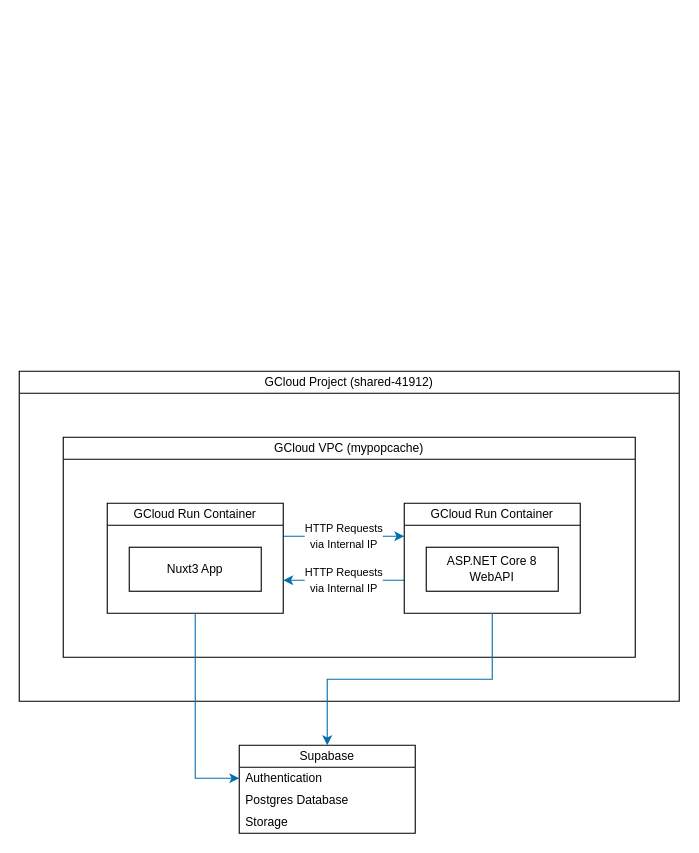
Earlier version of the draw.io diagram Infrastructure.drawio (hs-wolf/mypopcache). Source tidied: cells renumbered, new cells numbered last; positions are measured from the earlier drawing's top-left corner, leaving out a move shared by most shapes. Both pictures are drawn from the tidied source at 110%, with x=0, y=0 at pixel (19, 371).
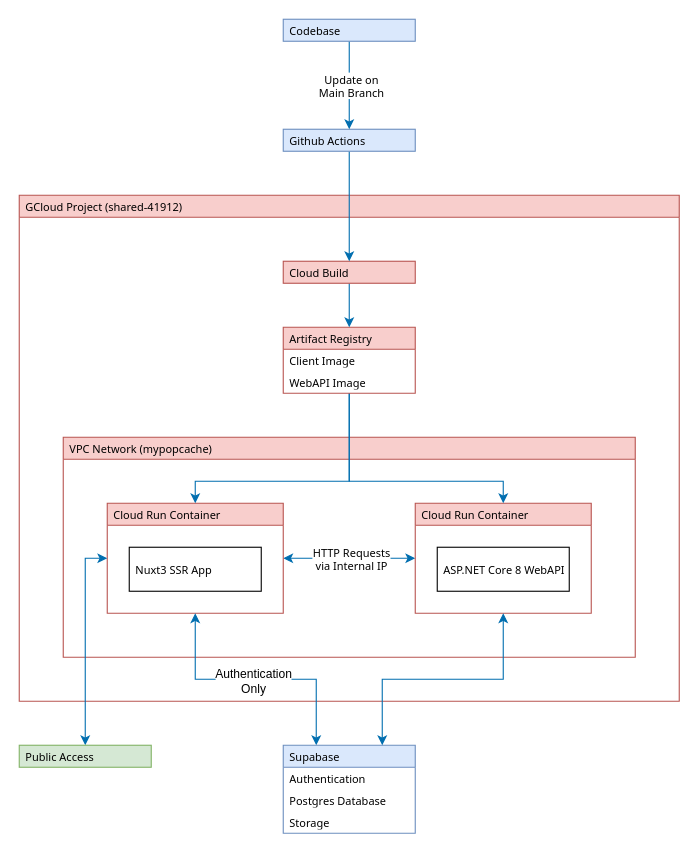
The same page after the edit.

What changed in the source:
```diff
@@
-    <mxCell id="2" value="GCloud Project (&lt;span class=&quot;cfc-purview-picker-list-id cfc-color-secondary ng-star-inserted&quot;&gt;shared-41912) &lt;/span&gt;" style="swimlane;whiteSpace=wrap;html=1;startSize=20;swimlaneLine=1;fontSize=11;fontStyle=0;" parent="1" vertex="1">
-      <mxGeometry width="600" height="300" as="geometry" />
+    <mxCell id="2" value="GCloud Project (&lt;span style=&quot;font-size: 10px;&quot; class=&quot;cfc-purview-picker-list-id cfc-color-secondary ng-star-inserted&quot;&gt;shared-41912) &lt;/span&gt;" style="swimlane;whiteSpace=wrap;html=1;startSize=20;swimlaneLine=1;fontSize=10;fontStyle=0;fillColor=#f8cecc;strokeColor=#b85450;fontFamily=Tahoma;align=left;spacingLeft=4;" parent="1" vertex="1">
+      <mxGeometry y="-160" width="600" height="460" as="geometry" />
     </mxCell>
-    <mxCell id="3" value="GCloud VPC (mypopcache)" style="swimlane;whiteSpace=wrap;html=1;startSize=20;fontSize=11;fontStyle=0;" parent="2" vertex="1">
-      <mxGeometry x="40" y="60" width="520" height="200" as="geometry" />
+    <mxCell id="3" value="&lt;font style=&quot;font-size: 10px;&quot;&gt;VPC Network (mypopcache)&lt;/font&gt;" style="swimlane;whiteSpace=wrap;html=1;startSize=20;fontSize=10;fontStyle=0;fillColor=#f8cecc;strokeColor=#b85450;fontFamily=Tahoma;align=left;spacingLeft=4;" parent="2" vertex="1">
+      <mxGeometry x="40" y="220" width="520" height="200" as="geometry" />
     </mxCell>
-    <mxCell id="4" value="&lt;font size=&quot;1&quot;&gt;HTTP Requests&lt;br&gt;via Internal IP&lt;/font&gt;" style="edgeStyle=orthogonalEdgeStyle;rounded=0;orthogonalLoop=1;jettySize=auto;html=1;fillColor=#1ba1e2;strokeColor=#006EAF;" parent="3" edge="1">
-      <mxGeometry relative="1" as="geometry">
-        <mxPoint x="200" y="90" as="sourcePoint" />
-        <mxPoint x="310" y="90" as="targetPoint" />
-      </mxGeometry>
+    <mxCell id="4" value="&lt;font style=&quot;font-size: 10px;&quot;&gt;HTTP Requests&lt;br style=&quot;font-size: 10px;&quot;&gt;via Internal IP&lt;/font&gt;" style="edgeStyle=orthogonalEdgeStyle;rounded=0;jettySize=auto;html=1;fillColor=#1ba1e2;strokeColor=#006EAF;fontFamily=Tahoma;fontSize=10;startArrow=classic;startFill=1;entryX=0;entryY=0.5;entryDx=0;entryDy=0;exitX=1;exitY=0.5;exitDx=0;exitDy=0;align=center;spacingLeft=4;" parent="3" edge="1" source="5" target="8">
+      <mxGeometry relative="1" as="geometry" />
     </mxCell>
-    <mxCell id="5" value="GCloud Run Container" style="swimlane;whiteSpace=wrap;html=1;startSize=20;fontSize=11;fontStyle=0;" parent="3" vertex="1">
+    <mxCell id="5" value="Cloud Run Container" style="swimlane;whiteSpace=wrap;html=1;startSize=20;fontSize=10;fontStyle=0;fillColor=#f8cecc;strokeColor=#b85450;fontFamily=Tahoma;align=left;spacingLeft=4;" parent="3" vertex="1">
       <mxGeometry x="40" y="60" width="160" height="100" as="geometry" />
     </mxCell>
-    <mxCell id="6" value="&lt;div style=&quot;font-size: 11px;&quot;&gt;Nuxt3 App&lt;/div&gt;" style="rounded=0;whiteSpace=wrap;html=1;fontSize=11;" parent="5" vertex="1">
+    <mxCell id="6" value="&lt;div style=&quot;font-size: 10px;&quot;&gt;Nuxt3 SSR App&lt;/div&gt;" style="rounded=0;whiteSpace=wrap;html=1;fontSize=10;fontFamily=Tahoma;align=left;spacingLeft=4;" parent="5" vertex="1">
       <mxGeometry x="20" y="40" width="120" height="40" as="geometry" />
     </mxCell>
-    <mxCell id="7" value="&lt;font size=&quot;1&quot;&gt;HTTP Requests&lt;br&gt;via Internal IP&lt;/font&gt;&lt;br&gt;" style="edgeStyle=orthogonalEdgeStyle;rounded=0;orthogonalLoop=1;jettySize=auto;html=1;fillColor=#1ba1e2;strokeColor=#006EAF;" parent="3" edge="1">
-      <mxGeometry relative="1" as="geometry">
-        <mxPoint x="310" y="130" as="sourcePoint" />
-        <mxPoint x="200" y="130" as="targetPoint" />
-      </mxGeometry>
-    </mxCell>
-    <mxCell id="8" value="GCloud Run Container" style="swimlane;whiteSpace=wrap;html=1;startSize=20;fontSize=11;fontStyle=0;" parent="3" vertex="1">
-      <mxGeometry x="310" y="60" width="160" height="100" as="geometry" />
+    <mxCell id="8" value="Cloud Run Container" style="swimlane;whiteSpace=wrap;html=1;startSize=20;fontSize=10;fontStyle=0;fillColor=#f8cecc;strokeColor=#b85450;fontFamily=Tahoma;align=left;spacingLeft=4;" parent="3" vertex="1">
+      <mxGeometry x="320" y="60" width="160" height="100" as="geometry" />
     </mxCell>
-    <mxCell id="9" value="ASP.NET Core 8 WebAPI" style="rounded=0;whiteSpace=wrap;html=1;fontSize=11;" parent="8" vertex="1">
+    <mxCell id="9" value="ASP.NET Core 8 WebAPI" style="rounded=0;whiteSpace=wrap;html=1;fontSize=10;fontFamily=Tahoma;align=left;spacingLeft=4;" parent="8" vertex="1">
       <mxGeometry x="20" y="40" width="120" height="40" as="geometry" />
     </mxCell>
+    <mxCell id="16" style="edgeStyle=orthogonalEdgeStyle;rounded=0;jettySize=auto;html=1;entryX=0.5;entryY=0;entryDx=0;entryDy=0;fillColor=#1ba1e2;strokeColor=#006EAF;fontFamily=Tahoma;fontSize=10;align=left;spacingLeft=4;" parent="2" edge="1" source="18" target="5">
+      <mxGeometry relative="1" as="geometry">
+        <Array as="points">
+          <mxPoint x="300" y="260" />
+          <mxPoint x="160" y="260" />
+        </Array>
+      </mxGeometry>
+    </mxCell>
+    <mxCell id="17" style="edgeStyle=orthogonalEdgeStyle;rounded=0;jettySize=auto;html=1;entryX=0.5;entryY=0;entryDx=0;entryDy=0;fillColor=#1ba1e2;strokeColor=#006EAF;fontFamily=Tahoma;fontSize=10;align=left;spacingLeft=4;" parent="2" edge="1" source="18" target="8">
+      <mxGeometry relative="1" as="geometry">
+        <Array as="points">
+          <mxPoint x="300" y="260" />
+          <mxPoint x="440" y="260" />
+        </Array>
+      </mxGeometry>
+    </mxCell>
+    <mxCell id="18" value="Artifact Registry" style="swimlane;fontStyle=0;horizontal=1;startSize=20;whiteSpace=wrap;html=1;fontSize=10;fillColor=#f8cecc;strokeColor=#b85450;fontFamily=Tahoma;align=left;spacingLeft=4;" parent="2" vertex="1">
+      <mxGeometry x="240" y="120" width="120" height="60" as="geometry" />
+    </mxCell>
+    <mxCell id="19" value="Client Image" style="text;strokeColor=none;fillColor=none;align=left;verticalAlign=middle;spacingLeft=4;spacingRight=4;overflow=hidden;whiteSpace=wrap;html=1;fontSize=10;fontFamily=Tahoma;" parent="18" vertex="1">
+      <mxGeometry y="20" width="120" height="20" as="geometry" />
+    </mxCell>
+    <mxCell id="20" value="WebAPI Image" style="text;strokeColor=none;fillColor=none;align=left;verticalAlign=middle;spacingLeft=4;spacingRight=4;overflow=hidden;whiteSpace=wrap;html=1;fontSize=10;fontFamily=Tahoma;" parent="18" vertex="1">
+      <mxGeometry y="40" width="120" height="20" as="geometry" />
+    </mxCell>
+    <mxCell id="21" style="edgeStyle=orthogonalEdgeStyle;rounded=0;jettySize=auto;html=1;fillColor=#1ba1e2;strokeColor=#006EAF;fontFamily=Tahoma;fontSize=10;entryX=0.5;entryY=0;entryDx=0;entryDy=0;align=left;spacingLeft=4;" parent="2" edge="1" source="22" target="18">
+      <mxGeometry relative="1" as="geometry" />
+    </mxCell>
+    <mxCell id="22" value="Cloud Build" style="rounded=0;whiteSpace=wrap;html=1;fontSize=10;fillColor=#f8cecc;strokeColor=#b85450;fontFamily=Tahoma;align=left;spacingLeft=4;" parent="2" vertex="1">
+      <mxGeometry x="240" y="60" width="120" height="20" as="geometry" />
+    </mxCell>
+    <mxCell id="23" style="edgeStyle=orthogonalEdgeStyle;rounded=0;orthogonalLoop=1;jettySize=auto;html=1;exitX=0.5;exitY=1;exitDx=0;exitDy=0;fontFamily=Tahoma;fontSize=10;align=left;spacingLeft=4;" parent="2" edge="1" source="22" target="22">
+      <mxGeometry relative="1" as="geometry" />
+    </mxCell>
+    <mxCell id="15" style="edgeStyle=orthogonalEdgeStyle;rounded=0;jettySize=auto;html=1;fillColor=#1ba1e2;strokeColor=#006EAF;fontFamily=Tahoma;fontSize=10;entryX=0.25;entryY=0;entryDx=0;entryDy=0;align=left;spacingLeft=4;startArrow=classic;startFill=1;" parent="2" edge="1" source="5" target="10">
+      <mxGeometry relative="1" as="geometry" />
+    </mxCell>
+    <mxCell id="24" value="Authentication&lt;br&gt;Only" style="edgeLabel;html=1;align=center;verticalAlign=middle;spacingLeft=4;" parent="15" vertex="1">
+      <mxGeometry x="-0.43" y="-1" relative="1" as="geometry">
+        <mxPoint x="44" as="offset" />
+      </mxGeometry>
+    </mxCell>
-    <mxCell id="10" value="Supabase" style="swimlane;fontStyle=0;horizontal=1;startSize=20;whiteSpace=wrap;html=1;fontSize=11;" parent="1" vertex="1">
-      <mxGeometry x="200" y="340" width="160" height="80" as="geometry" />
+    <mxCell id="10" value="Supabase" style="swimlane;fontStyle=0;horizontal=1;startSize=20;whiteSpace=wrap;html=1;fontSize=10;fillColor=#dae8fc;strokeColor=#6c8ebf;fontFamily=Tahoma;align=left;spacingLeft=4;" parent="1" vertex="1">
+      <mxGeometry x="240" y="340" width="120" height="80" as="geometry" />
     </mxCell>
-    <mxCell id="11" value="Authentication" style="text;strokeColor=none;fillColor=none;align=left;verticalAlign=middle;spacingLeft=4;spacingRight=4;overflow=hidden;points=[[0,0.5],[1,0.5]];portConstraint=eastwest;whiteSpace=wrap;html=1;fontSize=11;" parent="10" vertex="1">
-      <mxGeometry y="20" width="160" height="20" as="geometry" />
+    <mxCell id="11" value="Authentication" style="text;strokeColor=none;fillColor=none;align=left;verticalAlign=middle;spacingLeft=4;spacingRight=4;overflow=hidden;points=[[0,0.5],[1,0.5]];portConstraint=eastwest;whiteSpace=wrap;html=1;fontSize=10;fontFamily=Tahoma;" parent="10" vertex="1">
+      <mxGeometry y="20" width="120" height="20" as="geometry" />
     </mxCell>
-    <mxCell id="12" value="Postgres Database" style="text;strokeColor=none;fillColor=none;align=left;verticalAlign=middle;spacingLeft=4;spacingRight=4;overflow=hidden;whiteSpace=wrap;html=1;fontSize=11;" parent="10" vertex="1">
-      <mxGeometry y="40" width="160" height="20" as="geometry" />
+    <mxCell id="12" value="Postgres Database" style="text;strokeColor=none;fillColor=none;align=left;verticalAlign=middle;spacingLeft=4;spacingRight=4;overflow=hidden;whiteSpace=wrap;html=1;fontSize=10;fontFamily=Tahoma;" parent="10" vertex="1">
+      <mxGeometry y="40" width="120" height="20" as="geometry" />
     </mxCell>
-    <mxCell id="13" value="Storage" style="text;strokeColor=none;fillColor=none;align=left;verticalAlign=middle;spacingLeft=4;spacingRight=4;overflow=hidden;whiteSpace=wrap;html=1;fontSize=11;" parent="10" vertex="1">
-      <mxGeometry y="60" width="160" height="20" as="geometry" />
+    <mxCell id="13" value="Storage" style="text;strokeColor=none;fillColor=none;align=left;verticalAlign=middle;spacingLeft=4;spacingRight=4;overflow=hidden;whiteSpace=wrap;html=1;fontSize=10;fontFamily=Tahoma;" parent="10" vertex="1">
+      <mxGeometry y="60" width="120" height="20" as="geometry" />
     </mxCell>
-    <mxCell id="14" style="edgeStyle=orthogonalEdgeStyle;rounded=0;jettySize=auto;html=1;fillColor=#1ba1e2;strokeColor=#006EAF;" parent="1" edge="1" source="8" target="10">
+    <mxCell id="14" style="edgeStyle=orthogonalEdgeStyle;rounded=0;jettySize=auto;html=1;fillColor=#1ba1e2;strokeColor=#006EAF;fontFamily=Tahoma;fontSize=10;startArrow=classic;startFill=1;entryX=0.75;entryY=0;entryDx=0;entryDy=0;align=left;spacingLeft=4;" parent="1" edge="1" source="8" target="10">
       <mxGeometry relative="1" as="geometry" />
     </mxCell>
-    <mxCell id="15" style="edgeStyle=orthogonalEdgeStyle;rounded=0;jettySize=auto;html=1;fillColor=#1ba1e2;strokeColor=#006EAF;" parent="1" edge="1" source="5" target="11">
-      <mxGeometry relative="1" as="geometry" />
-    </mxCell>
+    <mxCell id="25" style="edgeStyle=orthogonalEdgeStyle;rounded=0;jettySize=auto;html=1;align=left;spacingLeft=4;fillColor=#1ba1e2;strokeColor=#006EAF;" parent="1" edge="1" source="26" target="22">
+      <mxGeometry relative="1" as="geometry" />
+    </mxCell>
+    <mxCell id="26" value="Github Actions" style="rounded=0;whiteSpace=wrap;html=1;fontSize=10;fillColor=#dae8fc;strokeColor=#6c8ebf;fontFamily=Tahoma;align=left;spacingLeft=4;" parent="1" vertex="1">
+      <mxGeometry x="240" y="-220" width="120" height="20" as="geometry" />
+    </mxCell>
+    <mxCell id="27" value="Update on&lt;br style=&quot;font-size: 10px;&quot;&gt;Main Branch" style="edgeStyle=orthogonalEdgeStyle;rounded=0;jettySize=auto;html=1;fillColor=#1ba1e2;strokeColor=#006EAF;fontFamily=Tahoma;fontSize=10;align=center;spacingLeft=4;" parent="1" edge="1" source="28" target="26">
+      <mxGeometry relative="1" as="geometry" />
+    </mxCell>
+    <mxCell id="28" value="Codebase" style="rounded=0;whiteSpace=wrap;html=1;fontSize=10;fillColor=#dae8fc;strokeColor=#6c8ebf;fontFamily=Tahoma;align=left;spacingLeft=4;" parent="1" vertex="1">
+      <mxGeometry x="240" y="-320" width="120" height="20" as="geometry" />
+    </mxCell>
+    <mxCell id="29" style="edgeStyle=orthogonalEdgeStyle;rounded=0;jettySize=auto;html=1;fillColor=#1ba1e2;strokeColor=#006EAF;entryX=0;entryY=0.5;entryDx=0;entryDy=0;fontFamily=Tahoma;fontSize=10;startArrow=classic;startFill=1;align=left;spacingLeft=4;" parent="1" edge="1" source="30" target="5">
+      <mxGeometry relative="1" as="geometry" />
+    </mxCell>
+    <mxCell id="30" value="Public Access" style="rounded=0;whiteSpace=wrap;html=1;fontSize=10;fillColor=#d5e8d4;strokeColor=#82b366;fontFamily=Tahoma;align=left;spacingLeft=4;" parent="1" vertex="1">
+      <mxGeometry y="340" width="120" height="20" as="geometry" />
+    </mxCell>
```
